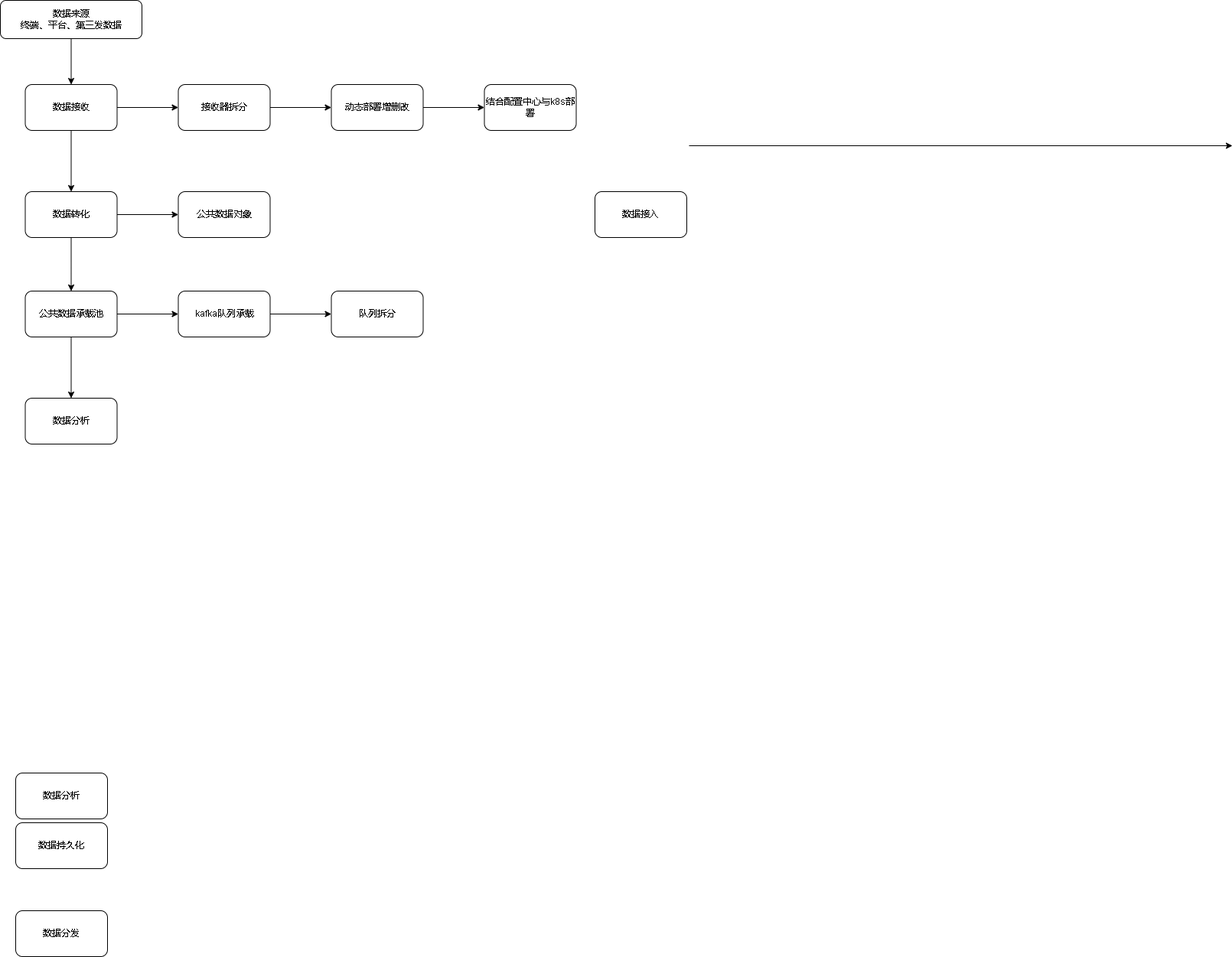
xktder/draw keeps this draw.io diagram as 808后台架构.drawio.png. Above is the earlier version. Source tidied: cells renumbered, new cells last; positions are measured from the earlier drawing's top-left corner, leaving out a move shared by most shapes.
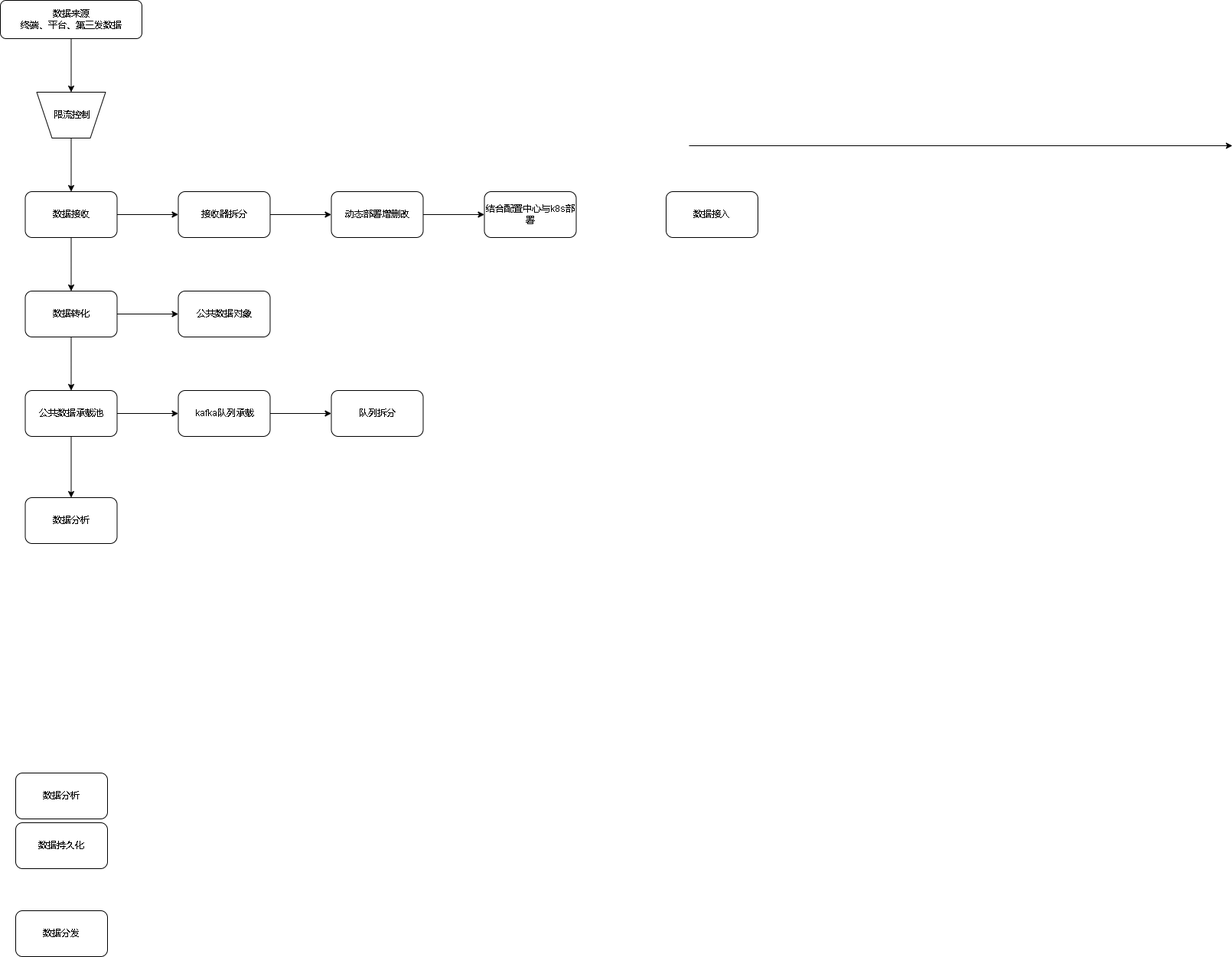
After the change.

Commit message:
更新808后台架构.drawio.png

Change to the diagram source:
```diff
@@ -2,7 +2,7 @@
   <root>
     <mxCell id="0" />
     <mxCell id="1" parent="0" />
-    <mxCell id="2" style="edgeStyle=orthogonalEdgeStyle;rounded=0;jettySize=auto;html=1;entryX=0.5;entryY=0;entryDx=0;entryDy=0;curved=1;" parent="1" edge="1" source="3" target="6">
+    <mxCell id="2" style="edgeStyle=orthogonalEdgeStyle;rounded=0;jettySize=auto;html=1;entryX=0.5;entryY=1;entryDx=0;entryDy=0;curved=1;" parent="1" edge="1" source="3" target="29">
       <mxGeometry relative="1" as="geometry" />
     </mxCell>
     <mxCell id="3" value="数据来源&lt;br&gt;终端、平台、第三发数据" style="rounded=1;whiteSpace=wrap;html=1;" parent="1" vertex="1">
@@ -15,7 +15,7 @@
       <mxGeometry relative="1" as="geometry" />
     </mxCell>
     <mxCell id="6" value="数据接收" style="rounded=1;whiteSpace=wrap;html=1;" parent="1" vertex="1">
-      <mxGeometry x="32.5" y="110" width="120" height="60" as="geometry" />
+      <mxGeometry x="32.5" y="250" width="120" height="60" as="geometry" />
     </mxCell>
     <mxCell id="7" value="数据分析" style="rounded=1;whiteSpace=wrap;html=1;" parent="1" vertex="1">
       <mxGeometry x="20" y="1010" width="120" height="60" as="geometry" />
@@ -30,16 +30,16 @@
       <mxGeometry relative="1" as="geometry" />
     </mxCell>
     <mxCell id="11" value="接收器拆分" style="whiteSpace=wrap;html=1;rounded=1;" parent="1" vertex="1">
-      <mxGeometry x="232.5" y="110" width="120" height="60" as="geometry" />
+      <mxGeometry x="232.5" y="250" width="120" height="60" as="geometry" />
     </mxCell>
     <mxCell id="12" style="edgeStyle=orthogonalEdgeStyle;curved=1;rounded=0;jettySize=auto;html=1;" parent="1" edge="1" source="13" target="14">
       <mxGeometry relative="1" as="geometry" />
     </mxCell>
     <mxCell id="13" value="动态部署增删改" style="whiteSpace=wrap;html=1;rounded=1;" parent="1" vertex="1">
-      <mxGeometry x="432.5" y="110" width="120" height="60" as="geometry" />
+      <mxGeometry x="432.5" y="250" width="120" height="60" as="geometry" />
     </mxCell>
     <mxCell id="14" value="结合配置中心与k8s部署" style="whiteSpace=wrap;html=1;rounded=1;" parent="1" vertex="1">
-      <mxGeometry x="632.5" y="110" width="120" height="60" as="geometry" />
+      <mxGeometry x="632.5" y="250" width="120" height="60" as="geometry" />
     </mxCell>
     <mxCell id="15" style="edgeStyle=orthogonalEdgeStyle;curved=1;rounded=0;jettySize=auto;html=1;" parent="1" edge="1" source="17" target="18">
       <mxGeometry relative="1" as="geometry" />
@@ -48,10 +48,10 @@
       <mxGeometry relative="1" as="geometry" />
     </mxCell>
     <mxCell id="17" value="数据转化" style="whiteSpace=wrap;html=1;rounded=1;" parent="1" vertex="1">
-      <mxGeometry x="32.5" y="250" width="120" height="60" as="geometry" />
+      <mxGeometry x="32.5" y="380" width="120" height="60" as="geometry" />
     </mxCell>
     <mxCell id="18" value="公共数据对象" style="whiteSpace=wrap;html=1;rounded=1;" parent="1" vertex="1">
-      <mxGeometry x="232.5" y="250" width="120" height="60" as="geometry" />
+      <mxGeometry x="232.5" y="380" width="120" height="60" as="geometry" />
     </mxCell>
     <mxCell id="19" style="edgeStyle=orthogonalEdgeStyle;curved=1;rounded=0;jettySize=auto;html=1;" parent="1" edge="1" source="21" target="23">
       <mxGeometry relative="1" as="geometry" />
@@ -60,22 +60,22 @@
       <mxGeometry relative="1" as="geometry" />
     </mxCell>
     <mxCell id="21" value="公共数据承载池" style="whiteSpace=wrap;html=1;rounded=1;" parent="1" vertex="1">
-      <mxGeometry x="32.5" y="380" width="120" height="60" as="geometry" />
+      <mxGeometry x="32.5" y="510" width="120" height="60" as="geometry" />
     </mxCell>
     <mxCell id="22" style="edgeStyle=orthogonalEdgeStyle;curved=1;rounded=0;jettySize=auto;html=1;" parent="1" edge="1" source="23" target="24">
       <mxGeometry relative="1" as="geometry" />
     </mxCell>
     <mxCell id="23" value="kafka队列承载" style="whiteSpace=wrap;html=1;rounded=1;" parent="1" vertex="1">
-      <mxGeometry x="232.5" y="380" width="120" height="60" as="geometry" />
+      <mxGeometry x="232.5" y="510" width="120" height="60" as="geometry" />
     </mxCell>
     <mxCell id="24" value="队列拆分" style="whiteSpace=wrap;html=1;rounded=1;" parent="1" vertex="1">
-      <mxGeometry x="432.5" y="380" width="120" height="60" as="geometry" />
+      <mxGeometry x="432.5" y="510" width="120" height="60" as="geometry" />
     </mxCell>
     <mxCell id="25" value="数据分析" style="whiteSpace=wrap;html=1;rounded=1;" parent="1" vertex="1">
-      <mxGeometry x="32.5" y="520" width="120" height="60" as="geometry" />
+      <mxGeometry x="32.5" y="650" width="120" height="60" as="geometry" />
     </mxCell>
     <mxCell id="26" value="数据接入" style="rounded=1;whiteSpace=wrap;html=1;" parent="1" vertex="1">
-      <mxGeometry x="777" y="250" width="120" height="60" as="geometry" />
+      <mxGeometry x="870" y="250" width="120" height="60" as="geometry" />
     </mxCell>
     <mxCell id="27" style="endArrow=classic;html=1;rounded=0;curved=1;" parent="1" edge="1">
       <mxGeometry relative="1" as="geometry">
@@ -83,5 +83,14 @@
         <mxPoint x="1610" y="190" as="targetPoint" />
       </mxGeometry>
     </mxCell>
+    <mxCell id="28" style="edgeStyle=orthogonalEdgeStyle;curved=1;rounded=0;jettySize=auto;html=1;" parent="1" edge="1" source="29" target="6">
+      <mxGeometry relative="1" as="geometry" />
+    </mxCell>
+    <mxCell id="29" style="shape=trapezoid;perimeter=trapezoidPerimeter;whiteSpace=wrap;html=1;fixedSize=1;rotation=-180;" parent="1" vertex="1">
+      <mxGeometry x="47.5" y="120" width="90" height="60" as="geometry" />
+    </mxCell>
+    <mxCell id="30" value="限流控制" style="text;html=1;align=center;verticalAlign=middle;strokeColor=none;fillColor=none;" parent="1" vertex="1">
+      <mxGeometry x="57.5" y="135" width="70" height="30" as="geometry" />
+    </mxCell>
   </root>
 </mxGraphModel>
```
